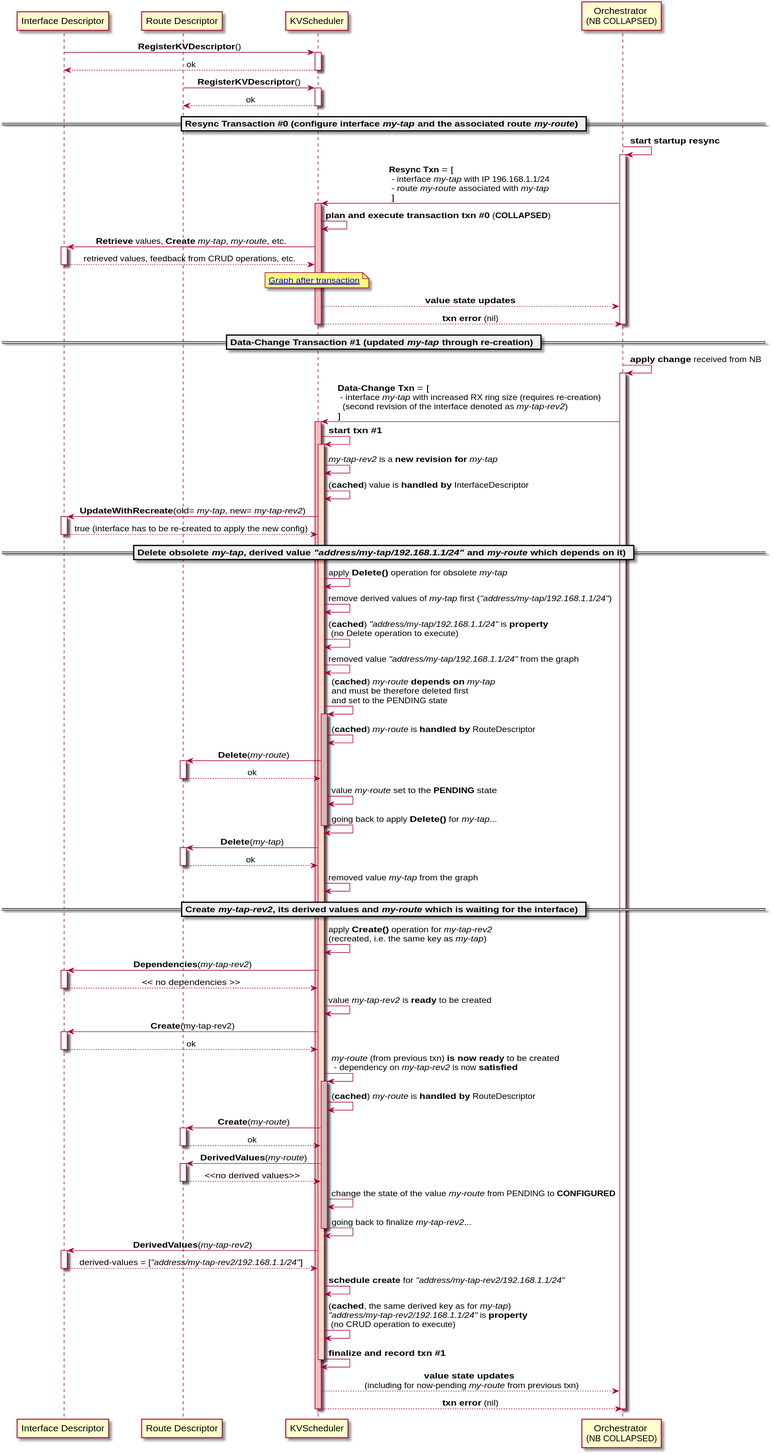
Above: docs/kvscheduler/cfd/uml/recreate_interface_with_route.svg in ligato/vpp-agent (PlantUML), before the change. Source of this version:
```plantuml
@startuml

skinparam ParticipantPadding 20
skinparam BoxPadding 10
skinparam SequenceMessageAlign center

participant ID as "Interface Descriptor"
participant RD as "Route Descriptor"
participant KVS as "KVScheduler"
participant ORCH as "Orchestrator \n(NB COLLAPSED)"

ID -> KVS: **RegisterKVDescriptor**()
activate KVS
KVS --> ID: ok
deactivate KVS
RD -> KVS: **RegisterKVDescriptor**()
activate KVS
KVS --> RD: ok
deactivate KVS

== Resync Transaction #0 (configure interface //my-tap// and the associated route //my-route//) ==

ORCH -> ORCH: **start startup resync**
activate ORCH
ORCH -> KVS: **Resync Txn** = [\l - interface //my-tap// with IP 196.168.1.1/24 \l - route //my-route// associated with //my-tap// \l ]
activate KVS  #FFBBBB

KVS -> KVS: **plan and execute transaction txn #0** (**COLLAPSED**)
KVS -> ID: **Retrieve** values, **Create** //my-tap//, //my-route//, etc.
 activate ID
  ID --> KVS: retrieved values, feedback from CRUD operations, etc.
 deactivate ID

 note over KVS: [[https://raw.githubusercontent.com/milanlenco/vpp-agent/kvs-docs/docs/kvscheduler/cfd/graph/route_created.svg?sanitize=true Graph after transaction]]

KVS --> ORCH: **value state updates**
KVS --> ORCH: **txn error** (nil)
deactivate KVS
deactivate ORCH

== Data-Change Transaction #1 (updated //my-tap// through re-creation) ==

ORCH -> ORCH: **apply change** received from NB
activate ORCH
ORCH -> KVS: **Data-Change Txn** = [\l - interface //my-tap// with increased RX ring size (requires re-creation) \l  (second revision of the interface denoted as //my-tap-rev2//) \l]
activate KVS  #FFBBBB

KVS -> KVS: **start txn #1**
 activate KVS  #FFDDCC
  KVS -> KVS: //my-tap-rev2// is a **new revision for** //my-tap//
  KVS -> KVS: (**cached**) value is **handled by** InterfaceDescriptor

  KVS -> ID: **UpdateWithRecreate**(old= //my-tap//, new= //my-tap-rev2//)
   activate ID
    ID --> KVS: true (interface has to be re-created to apply the new config)
   deactivate ID

== Delete obsolete //my-tap//, derived value //"address/my-tap/192.168.1.1/24"// and //my-route// which depends on it) ==

  KVS -> KVS: apply **Delete()** operation for obsolete //my-tap//
  KVS -> KVS: remove derived values of //my-tap// first (//"address/my-tap/192.168.1.1/24"//)
  KVS -> KVS: (**cached**) //"address/my-tap/192.168.1.1/24"// is **property** \n (no Delete operation to execute)
  KVS -> KVS: removed value //"address/my-tap/192.168.1.1/24"// from the graph
  KVS -> KVS: (**cached**) //my-route// **depends on** //my-tap//\nand must be therefore deleted first \nand set to the PENDING state
   activate KVS #CCBBBB
    KVS -> KVS: (**cached**) //my-route// is **handled by** RouteDescriptor
    KVS -> RD: **Delete**(//my-route//)
     activate RD
      RD --> KVS: ok
     deactivate RD
    KVS -> KVS: value //my-route// set to the **PENDING** state
    KVS -> KVS: going back to apply **Delete()** for //my-tap//...
   deactivate KVS
  KVS -> RD: **Delete**(//my-tap//)
   activate RD
    RD --> KVS: ok
   deactivate RD
  KVS -> KVS: removed value //my-tap// from the graph

== Create //my-tap-rev2//, its derived values and //my-route// which is waiting for the interface) ==

  KVS -> KVS: apply **Create()** operation for //my-tap-rev2// \n(recreated, i.e. the same key as //my-tap//)
  KVS -> ID: **Dependencies**(//my-tap-rev2//)
   activate ID
    ID --> KVS: << no dependencies >>
   deactivate ID
  KVS -> KVS: value //my-tap-rev2// is **ready** to be created
  KVS -> ID: **Create**(my-tap-rev2)
   activate ID
    ID --> KVS: ok
   deactivate ID

  KVS -> KVS: //my-route// (from previous txn) **is now ready** to be created \n - dependency on //my-tap-rev2// is now **satisfied**
   activate KVS #CCBBBB
    KVS -> KVS: (**cached**) //my-route// is **handled by** RouteDescriptor
    KVS -> RD: **Create**(//my-route//)
     activate RD
      RD --> KVS: ok
     deactivate RD
    KVS -> RD: **DerivedValues**(//my-route//)
     activate RD
      RD --> KVS: <<no derived values>>
     deactivate RD
   KVS -> KVS: change the state of the value //my-route// from PENDING to **CONFIGURED**
   KVS -> KVS: going back to finalize //my-tap-rev2//...
   deactivate KVS

  KVS -> ID: **DerivedValues**(//my-tap-rev2//)
   activate ID
    ID --> KVS: derived-values = [//"address/my-tap-rev2/192.168.1.1/24"//]
   deactivate ID
  KVS -> KVS: **schedule create** for //"address/my-tap-rev2/192.168.1.1/24"//
  KVS -> KVS: (**cached**, the same derived key as for //my-tap//) \n//"address/my-tap-rev2/192.168.1.1/24"// is **property** \n (no CRUD operation to execute)

  KVS -> KVS: **finalize and record txn #1**
 deactivate KVS
KVS --> ORCH: **value state updates** \n (including for now-pending //my-route// from previous txn)
KVS --> ORCH: **txn error** (nil)
deactivate KVS
deactivate ORCH

@enduml
```
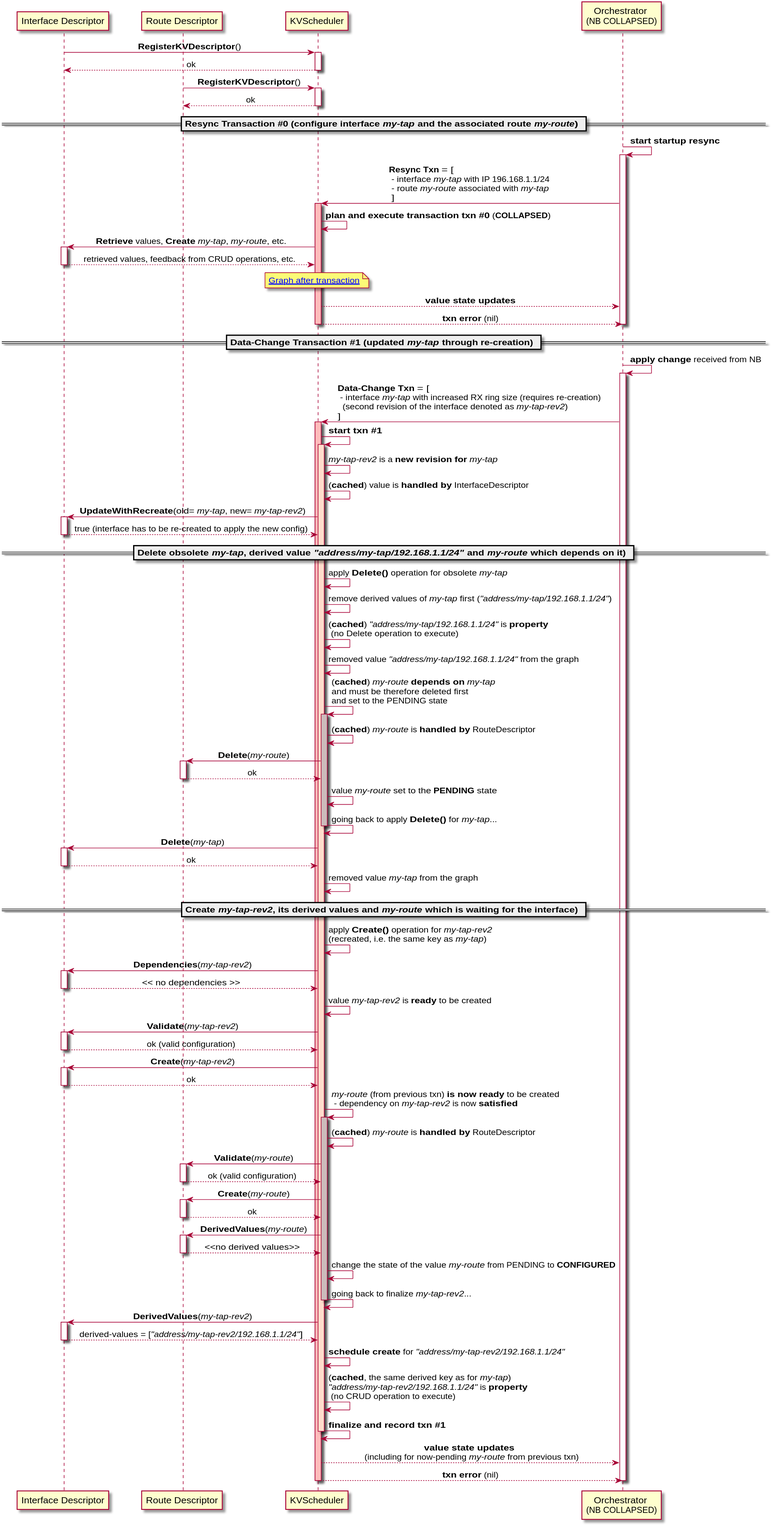
After the change.

The edit, as a diff of the source:
```diff
@@ -71,10 +71,10 @@
     KVS -> KVS: value //my-route// set to the **PENDING** state
     KVS -> KVS: going back to apply **Delete()** for //my-tap//...
    deactivate KVS
-  KVS -> RD: **Delete**(//my-tap//)
-   activate RD
-    RD --> KVS: ok
-   deactivate RD
+  KVS -> ID: **Delete**(//my-tap//)
+   activate ID
+    ID --> KVS: ok
+   deactivate ID
   KVS -> KVS: removed value //my-tap// from the graph
 
 == Create //my-tap-rev2//, its derived values and //my-route// which is waiting for the interface) ==
@@ -85,7 +85,11 @@
     ID --> KVS: << no dependencies >>
    deactivate ID
   KVS -> KVS: value //my-tap-rev2// is **ready** to be created
-  KVS -> ID: **Create**(my-tap-rev2)
+  KVS -> ID: **Validate**(//my-tap-rev2//)
+   activate ID
+    ID --> KVS: ok (valid configuration)
+   deactivate ID
+  KVS -> ID: **Create**(//my-tap-rev2//)
    activate ID
     ID --> KVS: ok
    deactivate ID
@@ -93,6 +97,10 @@
   KVS -> KVS: //my-route// (from previous txn) **is now ready** to be created \n - dependency on //my-tap-rev2// is now **satisfied**
    activate KVS #CCBBBB
     KVS -> KVS: (**cached**) //my-route// is **handled by** RouteDescriptor
+    KVS -> RD: **Validate**(//my-route//)
+     activate RD
+      RD --> KVS: ok (valid configuration)
+     deactivate RD
     KVS -> RD: **Create**(//my-route//)
      activate RD
       RD --> KVS: ok
```
